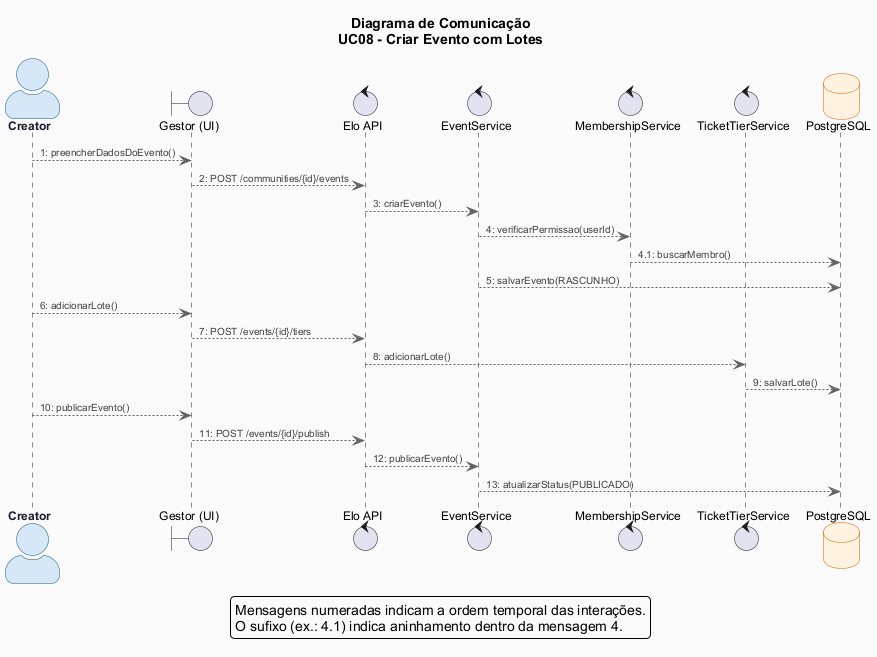
This is trabalho-final/diagramas/imagens/comunicacao-criar-evento.png from LauraPontara/projeto-de-software, a PlantUML export, as it was before one commit. Source of this version:
```plantuml
@startuml comunicacao-criar-evento
!include _estilo-comum.puml

title Diagrama de Comunicação\nUC08 - Criar Evento com Lotes

skinparam actorStyle awesome

actor "Creator" as CRE
boundary "Gestor (UI)"        as UI
control  "Elo API"            as API
control  "EventService"      as EVT
control  "MembershipService" as MEM
control  "TicketTierService" as TIER
database "PostgreSQL"         as DB

CRE  --> UI   : 1: preencherDadosDoEvento()
UI   --> API  : 2: POST /communities/{id}/events
API  --> EVT  : 3: criarEvento()
EVT  --> MEM  : 4: verificarPermissao(userId)
MEM  --> DB   : 4.1: buscarMembro()
EVT  --> DB   : 5: salvarEvento(RASCUNHO)
CRE  --> UI   : 6: adicionarLote()
UI   --> API  : 7: POST /events/{id}/tiers
API  --> TIER : 8: adicionarLote()
TIER --> DB   : 9: salvarLote()
CRE  --> UI   : 10: publicarEvento()
UI   --> API  : 11: POST /events/{id}/publish
API  --> EVT  : 12: publicarEvento()
EVT  --> DB   : 13: atualizarStatus(PUBLICADO)

legend bottom
  Mensagens numeradas indicam a ordem temporal das interações.
  O sufixo (ex.: 4.1) indica aninhamento dentro da mensagem 4.
endlegend

@enduml
```
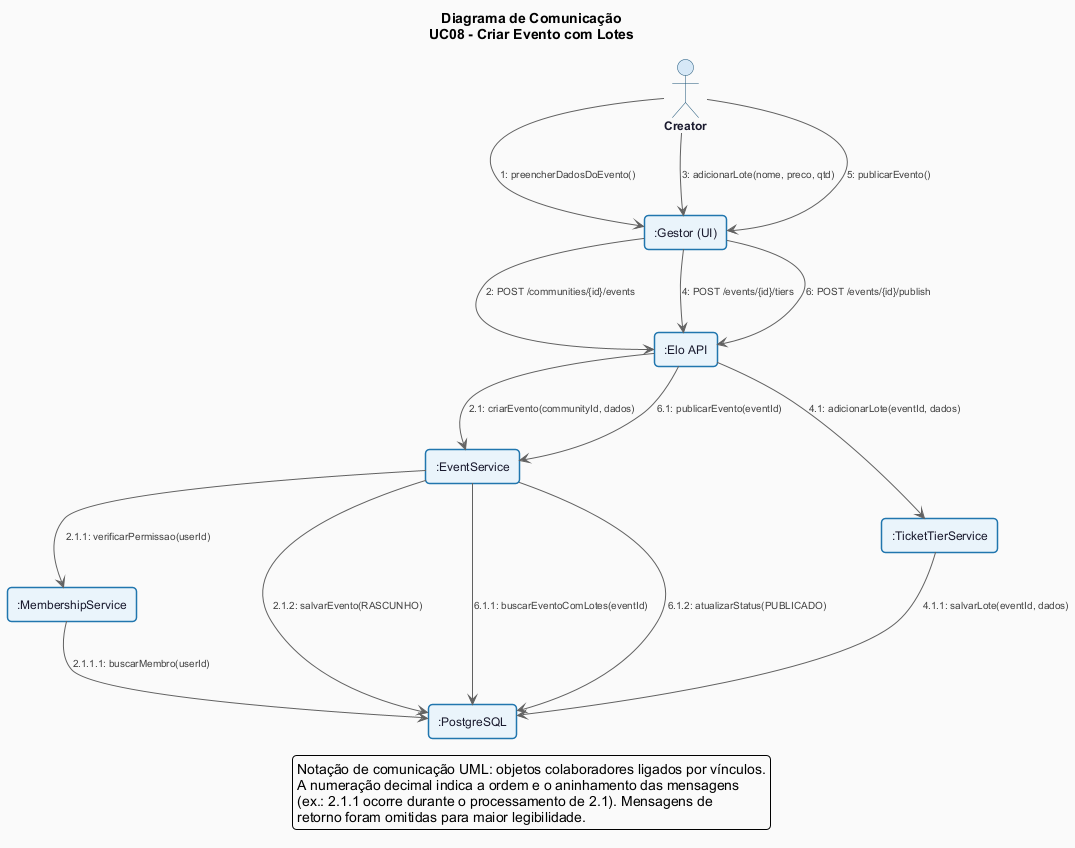
After the change.

Commit message:
Reformula diagramas de comunicacao para notacao de colaboracao UML

The edit, as a diff of the source:
```diff
@@ -3,34 +3,46 @@
 
 title Diagrama de Comunicação\nUC08 - Criar Evento com Lotes
 
-skinparam actorStyle awesome
+skinparam rectangle {
+  BackgroundColor #EAF4FB
+  BorderColor     #2176AE
+  FontColor       #1A1A2E
+  FontStyle       plain
+  FontSize        12
+  BorderThickness 1.5
+}
 
-actor "Creator" as CRE
-boundary "Gestor (UI)"        as UI
-control  "Elo API"            as API
-control  "EventService"      as EVT
-control  "MembershipService" as MEM
-control  "TicketTierService" as TIER
-database "PostgreSQL"         as DB
+actor     "Creator" as CRE
+rectangle ":Gestor (UI)"         as UI
+rectangle ":Elo API"            as API
+rectangle ":EventService"       as EVT
+rectangle ":MembershipService"  as MEM
+rectangle ":TicketTierService"  as TIER
+rectangle ":PostgreSQL"         as DB
 
-CRE  --> UI   : 1: preencherDadosDoEvento()
-UI   --> API  : 2: POST /communities/{id}/events
-API  --> EVT  : 3: criarEvento()
-EVT  --> MEM  : 4: verificarPermissao(userId)
-MEM  --> DB   : 4.1: buscarMembro()
-EVT  --> DB   : 5: salvarEvento(RASCUNHO)
-CRE  --> UI   : 6: adicionarLote()
-UI   --> API  : 7: POST /events/{id}/tiers
-API  --> TIER : 8: adicionarLote()
-TIER --> DB   : 9: salvarLote()
-CRE  --> UI   : 10: publicarEvento()
-UI   --> API  : 11: POST /events/{id}/publish
-API  --> EVT  : 12: publicarEvento()
-EVT  --> DB   : 13: atualizarStatus(PUBLICADO)
+CRE  --> UI   : "1: preencherDadosDoEvento()"
+UI   --> API  : "2: POST /communities/{id}/events"
+API  --> EVT  : "2.1: criarEvento(communityId, dados)"
+EVT  --> MEM  : "2.1.1: verificarPermissao(userId)"
+MEM  --> DB   : "2.1.1.1: buscarMembro(userId)"
+EVT  --> DB   : "2.1.2: salvarEvento(RASCUNHO)"
+
+CRE  --> UI   : "3: adicionarLote(nome, preco, qtd)"
+UI   --> API  : "4: POST /events/{id}/tiers"
+API  --> TIER : "4.1: adicionarLote(eventId, dados)"
+TIER --> DB   : "4.1.1: salvarLote(eventId, dados)"
+
+CRE  --> UI   : "5: publicarEvento()"
+UI   --> API  : "6: POST /events/{id}/publish"
+API  --> EVT  : "6.1: publicarEvento(eventId)"
+EVT  --> DB   : "6.1.1: buscarEventoComLotes(eventId)"
+EVT  --> DB   : "6.1.2: atualizarStatus(PUBLICADO)"
 
 legend bottom
-  Mensagens numeradas indicam a ordem temporal das interações.
-  O sufixo (ex.: 4.1) indica aninhamento dentro da mensagem 4.
+  Notação de comunicação UML: objetos colaboradores ligados por vínculos.
+  A numeração decimal indica a ordem e o aninhamento das mensagens
+  (ex.: 2.1.1 ocorre durante o processamento de 2.1). Mensagens de
+  retorno foram omitidas para maior legibilidade.
 endlegend
 
 @enduml
```
